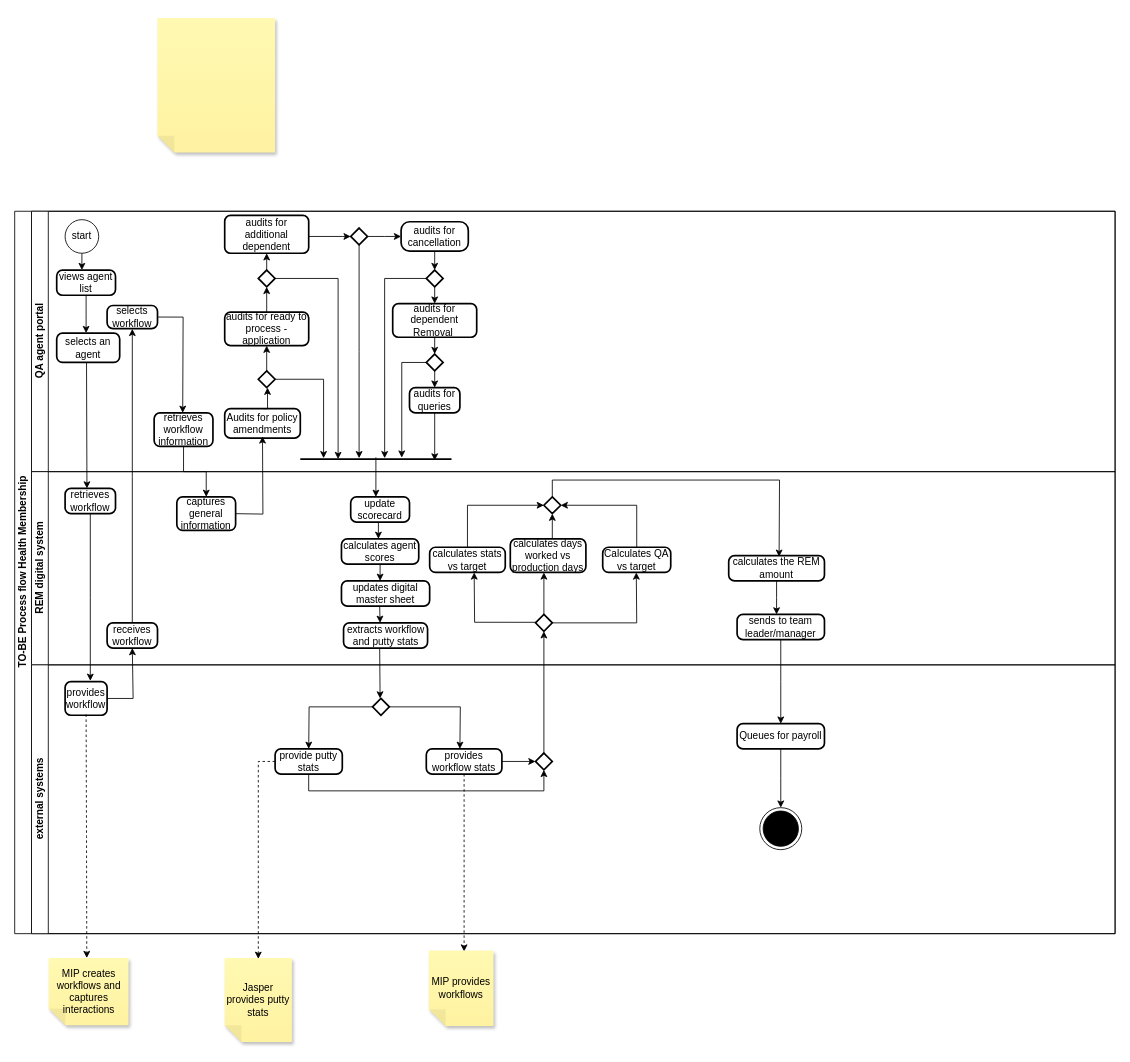
This is Copy of Healthmembership.drawio from TJ-Kwetsane1993/Thato, a draw.io file, before an edit. Source tidied: cells renumbered, new cells numbered last; positions are measured from the earlier drawing's top-left corner, leaving out a move shared by most shapes. Both pictures are drawn from the tidied source at 84%, with x=0, y=0 at pixel (14, 18).
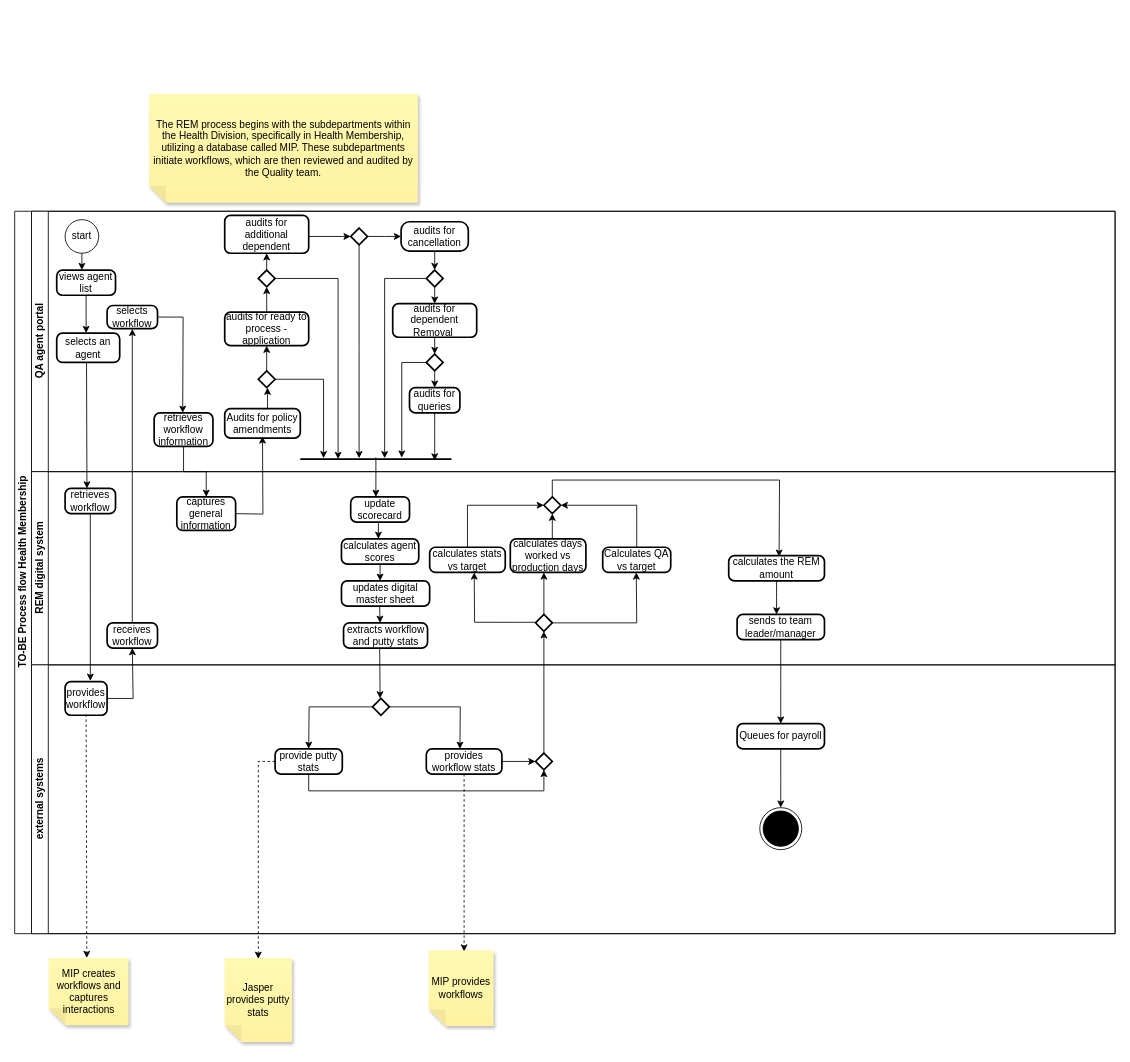
Above is the later version.

Change to the diagram source:
```diff
@@
-    <mxCell id="98" style="shape=note;whiteSpace=wrap;html=1;backgroundOutline=1;fontColor=#000000;darkOpacity=0.05;fillColor=#FFF9B2;strokeColor=none;fillStyle=solid;direction=west;gradientDirection=north;gradientColor=#FFF2A1;shadow=1;size=20;" parent="1" vertex="1">
-      <mxGeometry x="170" width="140" height="160" as="geometry" />
+    <mxCell id="98" value="The REM process begins with the subdepartments within the Health Division, specifically in Health Membership, utilizing a database called MIP. These subdepartments initiate workflows, which are then reviewed and audited by the Quality team." style="shape=note;whiteSpace=wrap;html=1;backgroundOutline=1;fontColor=#000000;darkOpacity=0.05;fillColor=#FFF9B2;strokeColor=none;fillStyle=solid;direction=west;gradientDirection=north;gradientColor=#FFF2A1;shadow=1;size=20;" parent="1" vertex="1">
+      <mxGeometry x="160" y="90" width="320" height="130" as="geometry" />
     </mxCell>
```
